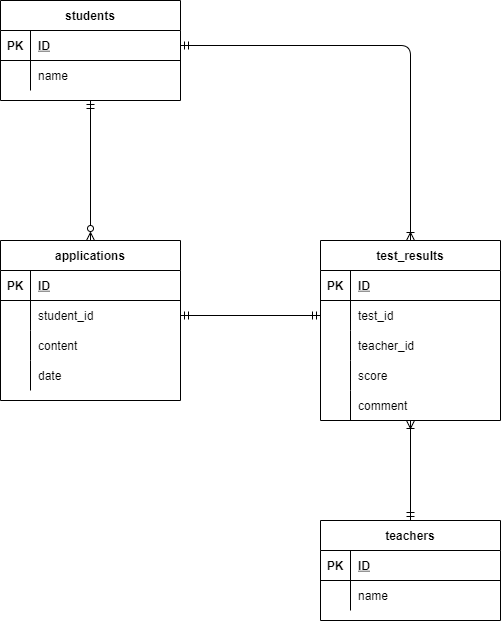
showyaa/coachtech_20220316 keeps this draw.io diagram as test.drawio.png. Above is the earlier version. Source tidied: cells renumbered, new cells last; positions are measured from the earlier drawing's top-left corner, leaving out a move shared by most shapes.
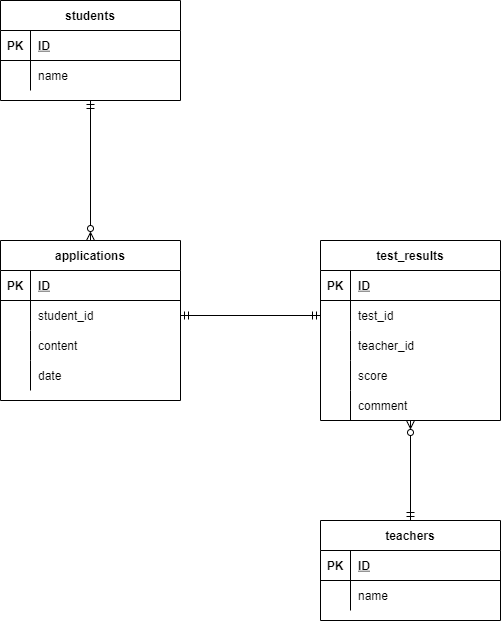
The same file after the commit.

Change to the diagram source:
```diff
@@ -65,7 +65,7 @@
     <mxCell id="22" value="date" style="shape=partialRectangle;fillColor=none;top=0;left=0;bottom=0;right=0;align=left;spacingLeft=6;overflow=hidden;" parent="20" vertex="1">
       <mxGeometry x="30" width="150" height="30" as="geometry" />
     </mxCell>
-    <mxCell id="23" style="edgeStyle=none;html=1;exitX=0.5;exitY=0;exitDx=0;exitDy=0;entryX=0.5;entryY=1;entryDx=0;entryDy=0;startArrow=ERmandOne;startFill=0;endArrow=ERoneToMany;endFill=0;" parent="1" edge="1" source="24" target="33">
+    <mxCell id="23" style="edgeStyle=none;html=1;exitX=0.5;exitY=0;exitDx=0;exitDy=0;entryX=0.5;entryY=1;entryDx=0;entryDy=0;startArrow=ERmandOne;startFill=0;endArrow=ERzeroToMany;endFill=0;" parent="1" edge="1" source="24" target="33">
       <mxGeometry relative="1" as="geometry" />
     </mxCell>
     <mxCell id="24" value="teachers" style="shape=table;startSize=30;rowLines=0;fontStyle=1;align=center;" parent="1" vertex="1">
@@ -94,13 +94,6 @@
         <mxPoint x="320" y="315" as="targetPoint" />
       </mxGeometry>
     </mxCell>
-    <mxCell id="32" style="edgeStyle=none;html=1;exitX=0.5;exitY=0;exitDx=0;exitDy=0;startArrow=ERoneToMany;startFill=0;endArrow=ERmandOne;endFill=0;entryX=1;entryY=0.5;entryDx=0;entryDy=0;" parent="1" edge="1" source="33" target="4">
-      <mxGeometry relative="1" as="geometry">
-        <Array as="points">
-          <mxPoint x="410" y="45" />
-        </Array>
-      </mxGeometry>
-    </mxCell>
     <mxCell id="33" value="test_results" style="shape=table;startSize=30;rowLines=0;fontStyle=1;align=center;" parent="1" vertex="1">
       <mxGeometry x="320" y="240" width="180" height="180" as="geometry" />
     </mxCell>
```
